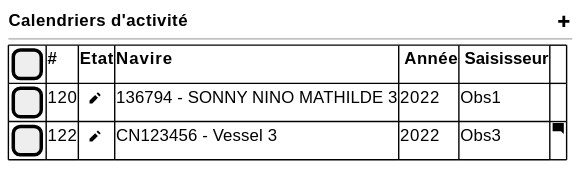
Earlier version of the PlantUML export projects/activity-calendar/spe/images/activity-calendar-table.svg (sumaris-net/sumaris-doc). Its source is kept beside it as projects/activity-calendar/spe/images/activity-calendar-table.puml. Source of this version:
```plantuml
@startsalt
{
  <b>Calendriers d'activité                                                                                        <&plus>
  --
	{#

     [  ] | <b># | <b>Etat | <b>Navire   | <b> Année | <b> Saisisseur | .
     [  ] | 120 | <b>  <&pencil> | 136794 - SONNY NINO MATHILDE 3 | 2022 | Obs1 | .
     [  ] | 122 | <b>  <&pencil> | CN123456 - Vessel 3 | 2022 | Obs3 | <&comment-square>
    }

}
@endsalt
```
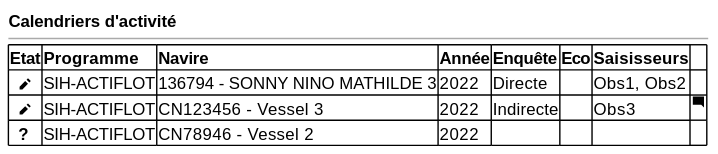
After the commit.

The edit, as a diff of the source:
```diff
@@ -1,12 +1,13 @@
 @startsalt
 {
-  <b>Calendriers d'activité                                                                                        <&plus>
+  <b>Calendriers d'activité
   --
 	{#
 
-     [  ] | <b># | <b>Etat | <b>Navire   | <b> Année | <b> Saisisseur | .
-     [  ] | 120 | <b>  <&pencil> | 136794 - SONNY NINO MATHILDE 3 | 2022 | Obs1 | .
-     [  ] | 122 | <b>  <&pencil> | CN123456 - Vessel 3 | 2022 | Obs3 | <&comment-square>
+     <b>Etat | <b>Programme | <b>Navire   | <b>Année | <b>Enquête | <b>Eco |<b>Saisisseurs | .
+     <b>  <&pencil> | SIH-ACTIFLOT | 136794 - SONNY NINO MATHILDE 3 | 2022 | Directe | . | Obs1, Obs2 | .
+     <b>  <&pencil> | SIH-ACTIFLOT | CN123456 - Vessel 3 | 2022 | Indirecte | . | Obs3 | <&comment-square>
+     <b>  ? | SIH-ACTIFLOT | CN78946 - Vessel 2 | 2022 | . | . | .
     }
 
 }
```
